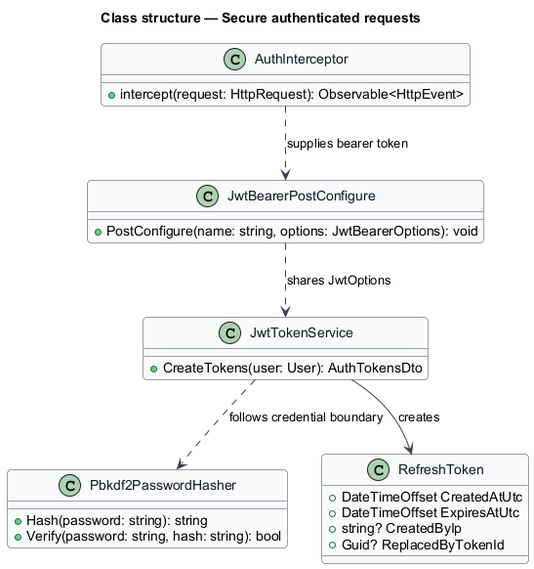
Before: docs/detailed-designs/identity-and-access/secure-authenticated-requests/diagrams/class-structure.png, a diagram exported from PlantUML (QuinntyneBrown/saturdaze).
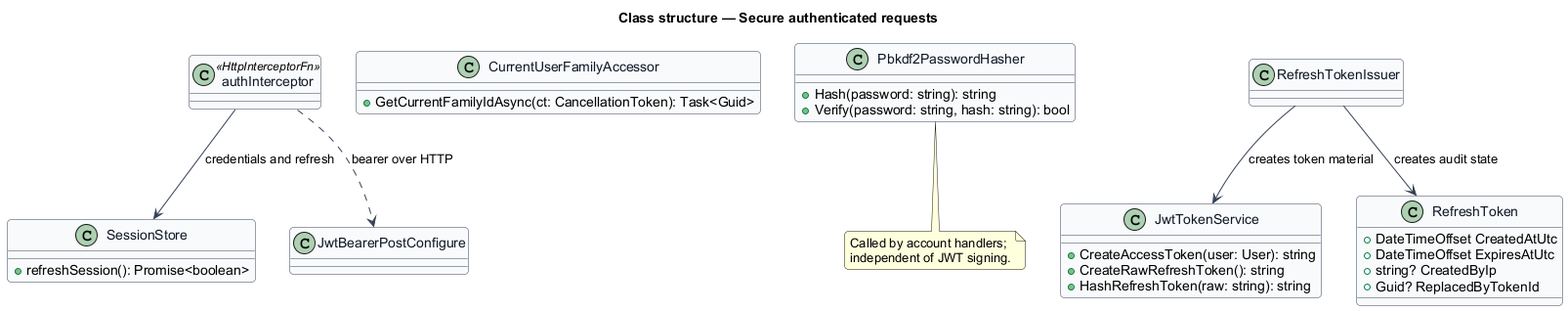
Above is the later version.

Diff of the diagram source:
```diff
@@ -11,27 +11,36 @@
 }
 title Class structure — Secure authenticated requests
 
-class AuthInterceptor {
-  +intercept(request: HttpRequest): Observable<HttpEvent>
+class authInterceptor <<HttpInterceptorFn>>
+class SessionStore {
+  +refreshSession(): Promise<boolean>
 }
-class JwtBearerPostConfigure {
-  +PostConfigure(name: string, options: JwtBearerOptions): void
+class CurrentUserFamilyAccessor {
+  +GetCurrentFamilyIdAsync(ct: CancellationToken): Task<Guid>
 }
+class JwtBearerPostConfigure
 class Pbkdf2PasswordHasher {
   +Hash(password: string): string
   +Verify(password: string, hash: string): bool
 }
 class JwtTokenService {
-  +CreateTokens(user: User): AuthTokensDto
+  +CreateAccessToken(user: User): string
+  +CreateRawRefreshToken(): string
+  +HashRefreshToken(raw: string): string
 }
+class RefreshTokenIssuer
 class RefreshToken {
   +DateTimeOffset CreatedAtUtc
   +DateTimeOffset ExpiresAtUtc
   +string? CreatedByIp
   +Guid? ReplacedByTokenId
 }
-AuthInterceptor ..> JwtBearerPostConfigure : supplies bearer token
-JwtBearerPostConfigure ..> JwtTokenService : shares JwtOptions
-JwtTokenService --> RefreshToken : creates
-JwtTokenService ..> Pbkdf2PasswordHasher : follows credential boundary
+authInterceptor --> SessionStore : credentials and refresh
+authInterceptor ..> JwtBearerPostConfigure : bearer over HTTP
+RefreshTokenIssuer --> JwtTokenService : creates token material
+RefreshTokenIssuer --> RefreshToken : creates audit state
+note bottom of Pbkdf2PasswordHasher
+Called by account handlers;
+independent of JWT signing.
+end note
 @enduml
```
